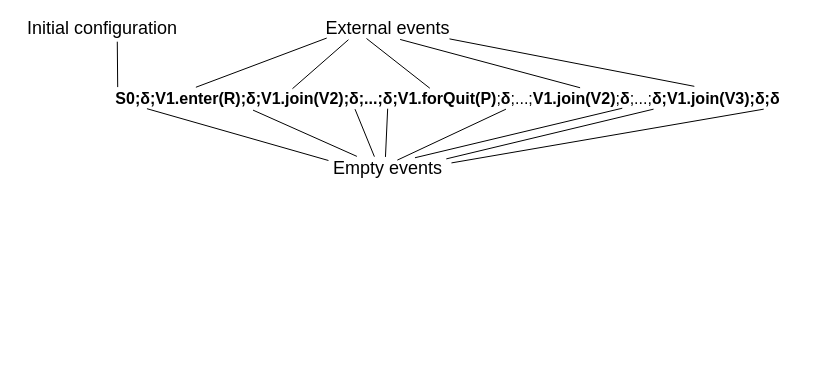
This is chemin.drawio from jpgros/site-web, a draw.io file, before an edit. Source tidied: cells renumbered, new cells numbered last; positions are measured from the earlier drawing's top-left corner, leaving out a move shared by most shapes. Both pictures are drawn from the tidied source at 100%, with x=0, y=0 at pixel (17, 18).
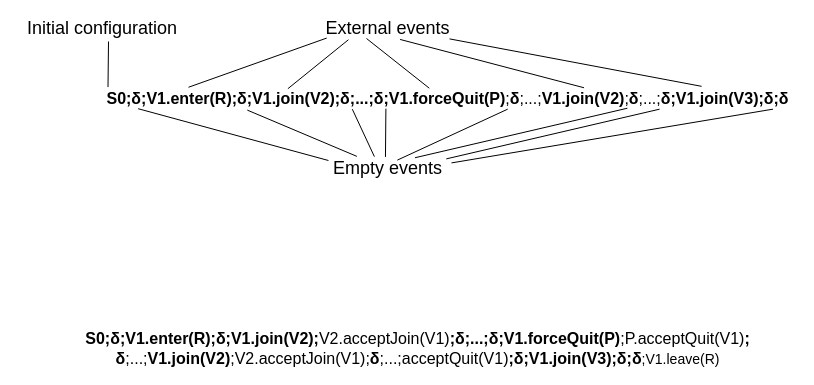
The same diagram, later.

Unchanged cells that the change refers to:
```xml
<mxCell id="18" value="&lt;font style=&quot;font-size: 18px&quot;&gt;Initial configuration&lt;/font&gt;" style="text;html=1;strokeColor=none;fillColor=none;align=center;verticalAlign=middle;whiteSpace=wrap;rounded=0;" parent="1" vertex="1">
  <mxGeometry width="170" height="20" as="geometry" />
</mxCell>
```

Diff of the diagram source:
```diff
@@
-    <mxCell id="2" value="&lt;font style=&quot;font-size: 16px&quot;&gt;&lt;b&gt;S0;δ;V1.enter(R);δ;V1.join(V2);&lt;/b&gt;&lt;b&gt;δ;...;δ;V1.forQuit(P)&lt;/b&gt;;&lt;b&gt;δ&lt;/b&gt;;...;&lt;b&gt;V1.join(V2)&lt;/b&gt;;&lt;b&gt;δ&lt;/b&gt;;...;&lt;b&gt;δ;V1.join(V3);δ;δ&lt;/b&gt;&lt;/font&gt;" style="text;html=1;align=center;verticalAlign=middle;points=[];fontSize=14;" parent="1" vertex="1">
-      <mxGeometry x="90" y="70" width="680" height="20" as="geometry" />
+    <mxCell id="2" value="&lt;font style=&quot;font-size: 16px&quot;&gt;&lt;b&gt;S0;δ;V1.enter(R);δ;V1.join(V2);&lt;/b&gt;&lt;b&gt;δ;...;δ;V1.forceQuit(P)&lt;/b&gt;;&lt;b&gt;δ&lt;/b&gt;;...;&lt;b&gt;V1.join(V2)&lt;/b&gt;;&lt;b&gt;δ&lt;/b&gt;;...;&lt;b&gt;δ;V1.join(V3);δ;δ&lt;/b&gt;&lt;/font&gt;" style="text;html=1;align=center;verticalAlign=middle;points=[];fontSize=14;" parent="1" vertex="1">
+      <mxGeometry x="80" y="70" width="700" height="20" as="geometry" />
     </mxCell>
@@
-    <mxCell id="19" style="endArrow=none;html=1;exitX=0.015;exitY=-0.071;exitDx=0;exitDy=0;exitPerimeter=0;entryX=0.587;entryY=1.16;entryDx=0;entryDy=0;entryPerimeter=0;" parent="1" edge="1" source="2" target="18">
-      <mxGeometry relative="1" as="geometry" />
+    <mxCell id="19" style="endArrow=none;html=1;exitX=0.015;exitY=-0.071;exitDx=0;exitDy=0;exitPerimeter=0;" parent="1" edge="1" source="2">
+      <mxGeometry relative="1" as="geometry">
+        <mxPoint x="91" y="23" as="targetPoint" />
+      </mxGeometry>
     </mxCell>
+    <mxCell id="20" value="&lt;font style=&quot;font-size: 16px&quot;&gt;&lt;b&gt;S0;δ;V1.enter(R);δ;V1.join(V2);&lt;/b&gt;V2.acceptJoin(V1)&lt;b&gt;;δ;...;δ;V1.forceQuit(P)&lt;/b&gt;;P.acceptQuit(V1)&lt;b&gt;;&lt;br&gt;δ&lt;/b&gt;;...;&lt;b&gt;V1.join(V2)&lt;/b&gt;;V2.acceptJoin(V1);&lt;b&gt;δ&lt;/b&gt;;...;acceptQuit(V1)&lt;b&gt;;δ;V1.join(V3);δ;δ&lt;/b&gt;&lt;/font&gt;;V1.leave(R)" style="text;html=1;align=center;verticalAlign=middle;fontSize=14;" parent="1" vertex="1">
+      <mxGeometry x="60" y="310" width="680" height="40" as="geometry" />
+    </mxCell>
```
